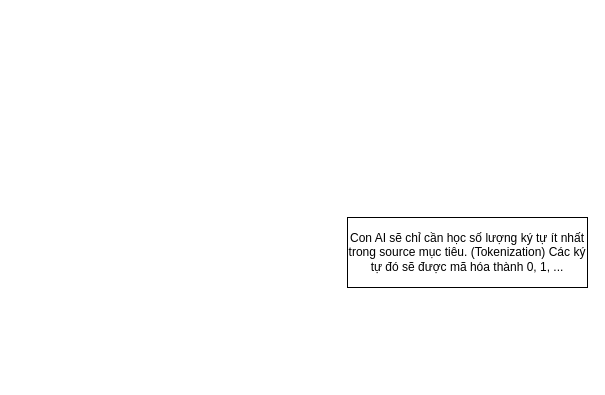
The draw.io diagram ChatbotInfo.drawio in PhamAn-3z/ACoin, before the edit. Source tidied: cells renumbered, new cells numbered last; positions are measured from the earlier drawing's top-left corner, leaving out a move shared by most shapes. Both pictures are drawn from the tidied source at 100%, with x=0, y=0 at pixel (347, 217).
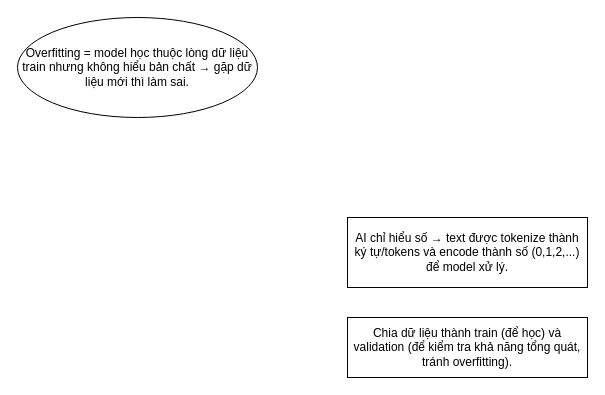
The same diagram, later.

Commit message:
Cập nhật ChatbotInfo.drawio

Diff of the diagram source:
```diff
@@
 <mxGraphModel>
   <root>
     <mxCell id="0" />
     <mxCell id="1" parent="0" />
-    <mxCell id="2" value="Con AI sẽ chỉ cần học số lượng ký tự ít nhất trong source mục tiêu. (Tokenization) Các ký tự đó sẽ được mã hóa thành 0, 1, ..." style="rounded=0;whiteSpace=wrap;html=1;" parent="1" vertex="1">
+    <mxCell id="2" value="AI chỉ hiểu số → text được tokenize thành ký tự/tokens và encode thành số (0,1,2,...) để model xử lý." style="rounded=0;whiteSpace=wrap;html=1;" parent="1" vertex="1">
       <mxGeometry width="240" height="70" as="geometry" />
     </mxCell>
+    <mxCell id="3" value="Chia dữ liệu thành train (để học) và validation (để kiểm tra khả năng tổng quát, tránh overfitting)." style="rounded=0;whiteSpace=wrap;html=1;" parent="1" vertex="1">
+      <mxGeometry y="100" width="240" height="60" as="geometry" />
+    </mxCell>
+    <mxCell id="4" value="Overfitting = model học thuộc lòng dữ liệu train nhưng không hiểu bản chất → gặp dữ liệu mới thì làm sai." style="ellipse;whiteSpace=wrap;html=1;" parent="1" vertex="1">
+      <mxGeometry x="-330" y="-200" width="240" height="100" as="geometry" />
+    </mxCell>
   </root>
 </mxGraphModel>
```
